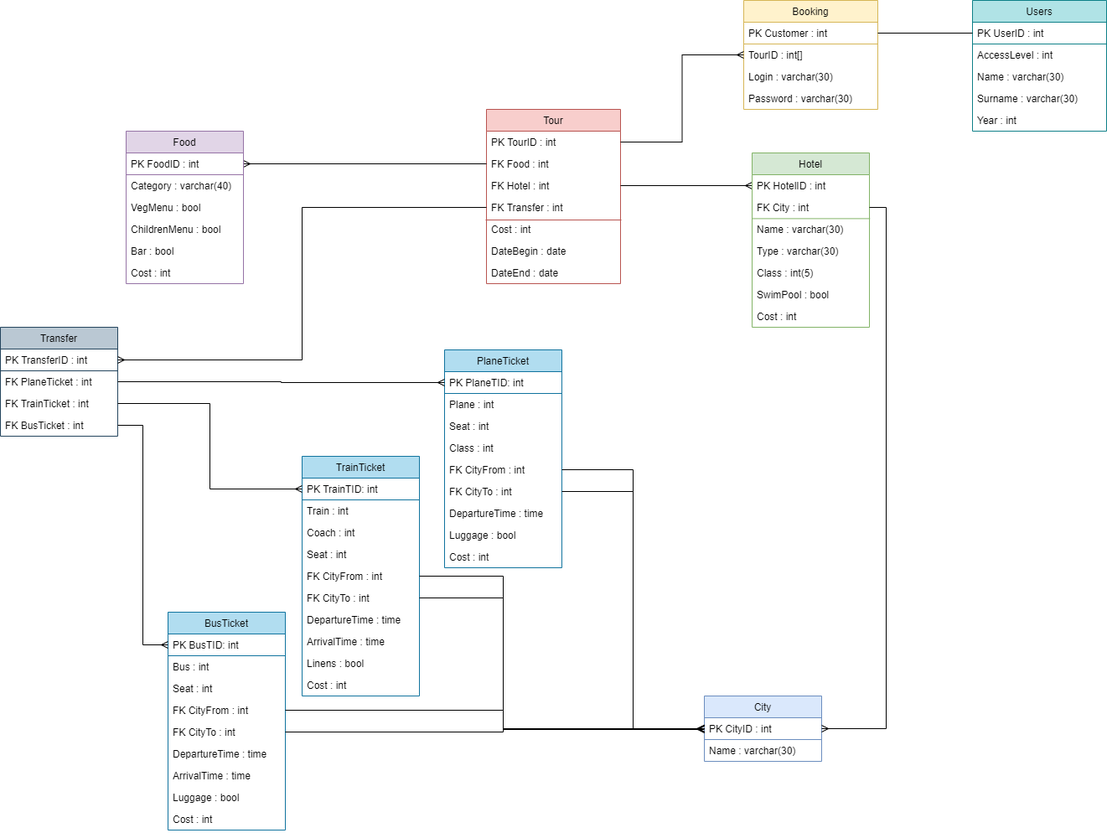
platosha-git/PPO keeps this draw.io diagram as lab1/schemas/DB.png. Above is the earlier version. Source tidied: cells renumbered, new cells last; positions are measured from the earlier drawing's top-left corner, leaving out a move shared by most shapes.
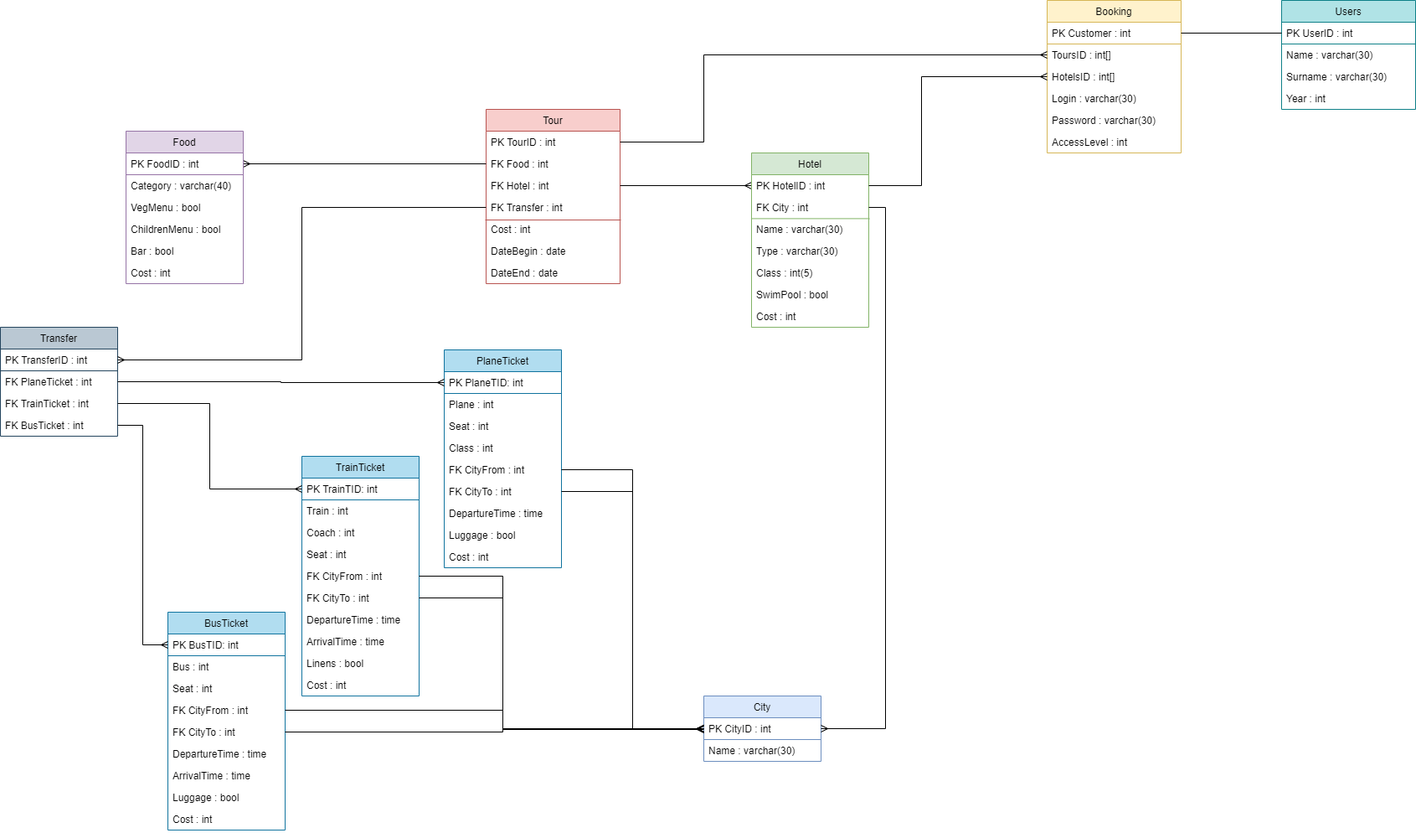
The same diagram one commit later.

Diff of the diagram source:
```diff
@@ -99,40 +99,48 @@
       <mxGeometry relative="1" as="geometry" />
     </mxCell>
     <mxCell id="33" value="Booking" style="swimlane;fontStyle=0;horizontal=1;startSize=26;fillColor=#fff2cc;strokeColor=#d6b656;" parent="1" vertex="1">
-      <mxGeometry x="887" width="160" height="130" as="geometry" />
+      <mxGeometry x="1250" width="160" height="182" as="geometry" />
     </mxCell>
     <mxCell id="34" value="PK Customer : int&#10;" style="text;strokeColor=#d6b656;align=left;verticalAlign=top;spacingLeft=4;spacingRight=4;overflow=hidden;points=[[0,0.5],[1,0.5]];portConstraint=eastwest;" parent="33" vertex="1">
       <mxGeometry y="26" width="160" height="26" as="geometry" />
     </mxCell>
-    <mxCell id="35" value="TourID : int[]" style="text;align=left;verticalAlign=top;spacingLeft=4;spacingRight=4;overflow=hidden;points=[[0,0.5],[1,0.5]];portConstraint=eastwest;" parent="33" vertex="1">
+    <mxCell id="35" value="ToursID : int[]" style="text;align=left;verticalAlign=top;spacingLeft=4;spacingRight=4;overflow=hidden;points=[[0,0.5],[1,0.5]];portConstraint=eastwest;" parent="33" vertex="1">
       <mxGeometry y="52" width="160" height="26" as="geometry" />
     </mxCell>
+    <mxCell id="92" value="HotelsID : int[]" style="text;align=left;verticalAlign=top;spacingLeft=4;spacingRight=4;overflow=hidden;points=[[0,0.5],[1,0.5]];portConstraint=eastwest;" parent="33" vertex="1">
+      <mxGeometry y="78" width="160" height="26" as="geometry" />
+    </mxCell>
     <mxCell id="36" value="Login : varchar(30)" style="text;strokeColor=none;fillColor=none;align=left;verticalAlign=top;spacingLeft=4;spacingRight=4;overflow=hidden;" parent="33" vertex="1">
-      <mxGeometry y="78" width="160" height="26" as="geometry" />
+      <mxGeometry y="104" width="160" height="26" as="geometry" />
     </mxCell>
     <mxCell id="37" value="Password : varchar(30)" style="text;strokeColor=none;fillColor=none;align=left;verticalAlign=top;spacingLeft=4;spacingRight=4;overflow=hidden;" parent="33" vertex="1">
-      <mxGeometry y="104" width="160" height="26" as="geometry" />
+      <mxGeometry y="130" width="160" height="26" as="geometry" />
     </mxCell>
+    <mxCell id="41" value="AccessLevel : int" style="text;strokeColor=none;fillColor=none;align=left;verticalAlign=top;spacingLeft=4;spacingRight=4;overflow=hidden;" parent="33" vertex="1">
+      <mxGeometry y="156" width="160" height="26" as="geometry" />
+    </mxCell>
     <mxCell id="38" style="edgeStyle=orthogonalEdgeStyle;rounded=0;jettySize=auto;html=1;exitX=1;exitY=0.5;exitDx=0;exitDy=0;entryX=0;entryY=0.5;entryDx=0;entryDy=0;endArrow=ERmany;endFill=0;" parent="1" edge="1" source="3" target="35">
-      <mxGeometry relative="1" as="geometry" />
+      <mxGeometry relative="1" as="geometry">
+        <Array as="points">
+          <mxPoint x="840" y="169" />
+          <mxPoint x="840" y="65" />
+        </Array>
+      </mxGeometry>
     </mxCell>
     <mxCell id="39" value="Users" style="swimlane;fontStyle=0;horizontal=1;startSize=26;fillColor=#b0e3e6;strokeColor=#0e8088;" parent="1" vertex="1">
-      <mxGeometry x="1160" width="160" height="156" as="geometry" />
+      <mxGeometry x="1530" width="160" height="130" as="geometry" />
     </mxCell>
     <mxCell id="40" value="PK UserID : int" style="text;align=left;verticalAlign=top;spacingLeft=4;spacingRight=4;overflow=hidden;points=[[0,0.5],[1,0.5]];portConstraint=eastwest;strokeColor=#0e8088;" parent="39" vertex="1">
       <mxGeometry y="26" width="160" height="26" as="geometry" />
     </mxCell>
-    <mxCell id="41" value="AccessLevel : int" style="text;strokeColor=none;fillColor=none;align=left;verticalAlign=top;spacingLeft=4;spacingRight=4;overflow=hidden;" parent="39" vertex="1">
-      <mxGeometry y="52" width="160" height="26" as="geometry" />
-    </mxCell>
     <mxCell id="42" value="Name : varchar(30)" style="text;strokeColor=none;fillColor=none;align=left;verticalAlign=top;spacingLeft=4;spacingRight=4;overflow=hidden;" parent="39" vertex="1">
-      <mxGeometry y="78" width="160" height="26" as="geometry" />
+      <mxGeometry y="52" width="160" height="26" as="geometry" />
     </mxCell>
     <mxCell id="43" value="Surname : varchar(30)" style="text;strokeColor=none;fillColor=none;align=left;verticalAlign=top;spacingLeft=4;spacingRight=4;overflow=hidden;" parent="39" vertex="1">
-      <mxGeometry y="104" width="160" height="26" as="geometry" />
+      <mxGeometry y="78" width="160" height="26" as="geometry" />
     </mxCell>
     <mxCell id="44" value="Year : int" style="text;strokeColor=none;fillColor=none;align=left;verticalAlign=top;spacingLeft=4;spacingRight=4;overflow=hidden;" parent="39" vertex="1">
-      <mxGeometry y="130" width="160" height="26" as="geometry" />
+      <mxGeometry y="104" width="160" height="26" as="geometry" />
     </mxCell>
     <mxCell id="45" style="edgeStyle=orthogonalEdgeStyle;rounded=0;jettySize=auto;html=1;exitX=1;exitY=0.5;exitDx=0;exitDy=0;entryX=0;entryY=0.5;entryDx=0;entryDy=0;endArrow=none;endFill=0;startArrow=none;startFill=0;" parent="1" edge="1" source="34" target="40">
       <mxGeometry relative="1" as="geometry" />
@@ -295,5 +303,13 @@
     <mxCell id="91" style="edgeStyle=orthogonalEdgeStyle;rounded=0;jettySize=auto;html=1;exitX=1;exitY=0.5;exitDx=0;exitDy=0;startArrow=none;startFill=0;endArrow=ERmany;endFill=0;" parent="1" edge="1" source="68" target="30">
       <mxGeometry relative="1" as="geometry" />
     </mxCell>
+    <mxCell id="93" style="edgeStyle=orthogonalEdgeStyle;rounded=0;jettySize=auto;html=1;exitX=1;exitY=0.5;exitDx=0;exitDy=0;endArrow=ERmany;endFill=0;" parent="1" edge="1" source="21" target="92">
+      <mxGeometry relative="1" as="geometry">
+        <Array as="points">
+          <mxPoint x="1100" y="221" />
+          <mxPoint x="1100" y="91" />
+        </Array>
+      </mxGeometry>
+    </mxCell>
   </root>
 </mxGraphModel>
```
